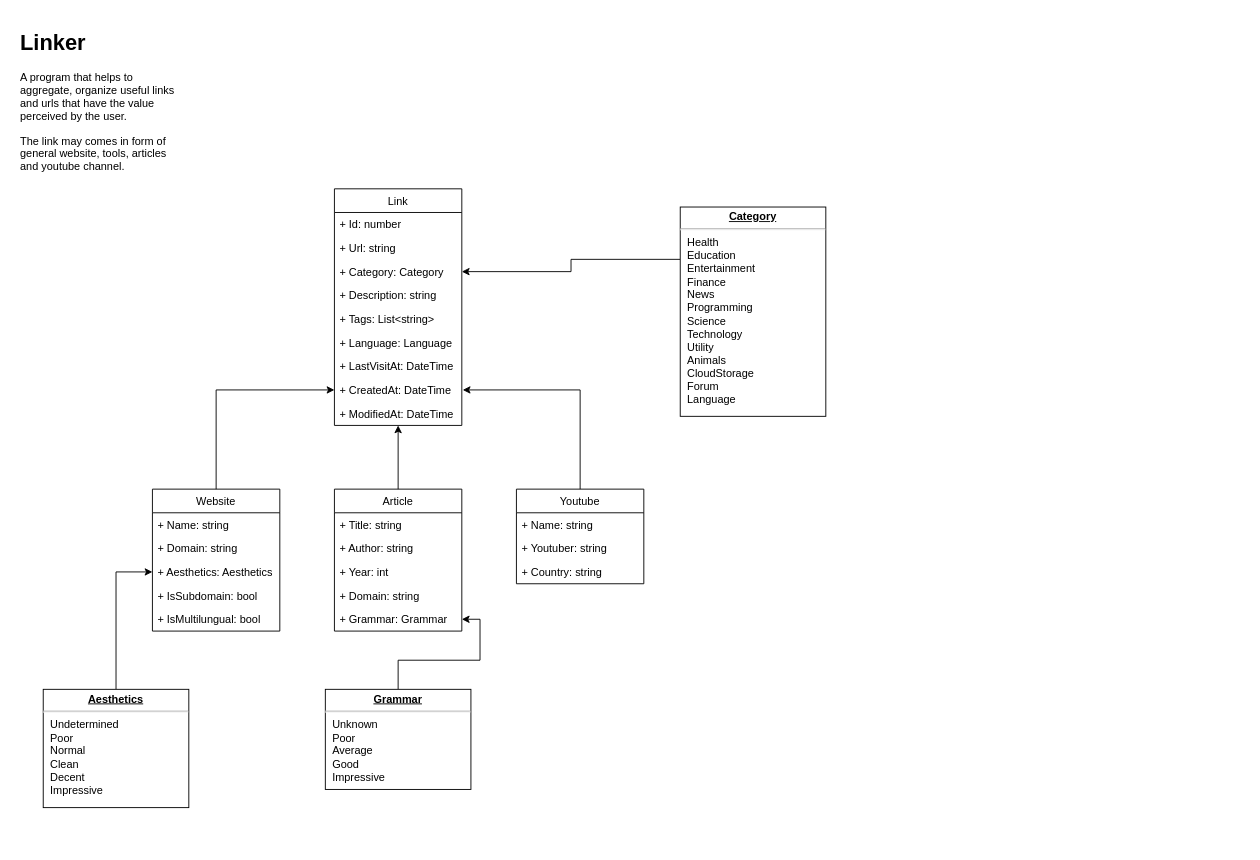
Before: page "Class Diagram" (1 of 2) of docs/Linker.drawio in data-miner00/Linker, a draw.io diagram. Source tidied: cells renumbered, new cells numbered last; positions are measured from the earlier drawing's top-left corner, leaving out a move shared by most shapes. Both pictures are drawn from the tidied source at 91%, with x=0, y=0 at pixel (15, 25).
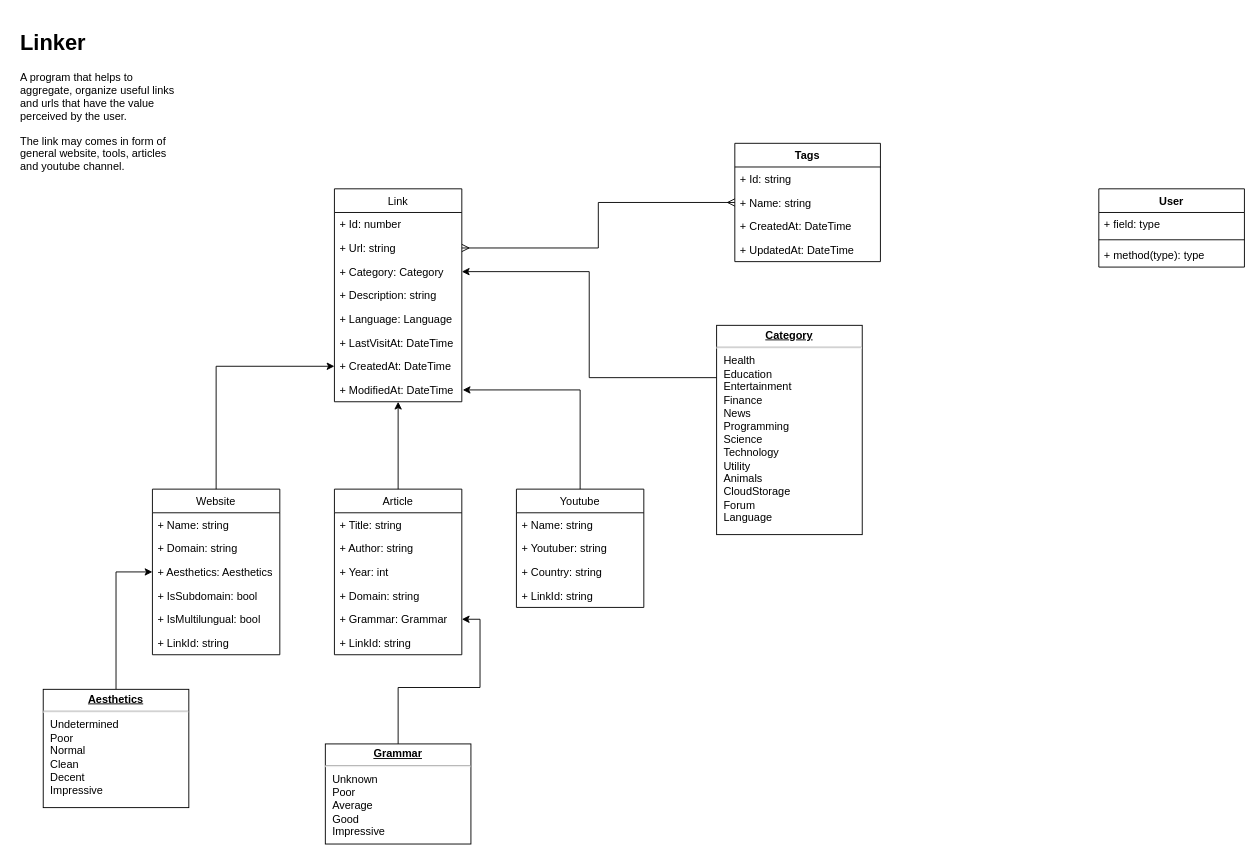
Above is the later version.

The change refers to these unchanged cells:
```xml
<mxCell id="4" value="+ Url: string" style="text;strokeColor=none;fillColor=none;align=left;verticalAlign=top;spacingLeft=4;spacingRight=4;overflow=hidden;points=[[0,0.5],[1,0.5]];portConstraint=eastwest;" parent="2" vertex="1">
  <mxGeometry y="52" width="140" height="26" as="geometry" />
</mxCell>
```

The edit, as a diff of the source:
```diff
@@
     <mxCell id="2" value="Link" style="swimlane;fontStyle=0;horizontal=1;startSize=26;fillColor=none;" parent="1" vertex="1">
-      <mxGeometry x="350" y="180" width="140" height="260" as="geometry" />
+      <mxGeometry x="350" y="180" width="140" height="234" as="geometry" />
     </mxCell>
@@
-    <mxCell id="7" value="+ Tags: List&lt;string&gt;" style="text;strokeColor=none;fillColor=none;align=left;verticalAlign=top;spacingLeft=4;spacingRight=4;overflow=hidden;" parent="2" vertex="1">
-      <mxGeometry y="130" width="140" height="26" as="geometry" />
-    </mxCell>
     <mxCell id="8" value="+ Language: Language" style="text;strokeColor=none;fillColor=none;align=left;verticalAlign=top;spacingLeft=4;spacingRight=4;overflow=hidden;" parent="2" vertex="1">
-      <mxGeometry y="156" width="140" height="26" as="geometry" />
+      <mxGeometry y="130" width="140" height="26" as="geometry" />
     </mxCell>
     <mxCell id="9" value="+ LastVisitAt: DateTime" style="text;strokeColor=none;fillColor=none;align=left;verticalAlign=top;spacingLeft=4;spacingRight=4;overflow=hidden;" parent="2" vertex="1">
-      <mxGeometry y="182" width="140" height="26" as="geometry" />
+      <mxGeometry y="156" width="140" height="26" as="geometry" />
     </mxCell>
     <mxCell id="10" value="+ CreatedAt: DateTime" style="text;strokeColor=none;fillColor=none;align=left;verticalAlign=top;spacingLeft=4;spacingRight=4;overflow=hidden;points=[[0,0.5],[1,0.5]];portConstraint=eastwest;" parent="2" vertex="1">
-      <mxGeometry y="208" width="140" height="26" as="geometry" />
+      <mxGeometry y="182" width="140" height="26" as="geometry" />
     </mxCell>
     <mxCell id="11" value="+ ModifiedAt: DateTime" style="text;strokeColor=none;fillColor=none;align=left;verticalAlign=top;spacingLeft=4;spacingRight=4;overflow=hidden;points=[[0,0.5],[1,0.5]];portConstraint=eastwest;" parent="2" vertex="1">
-      <mxGeometry y="234" width="140" height="26" as="geometry" />
+      <mxGeometry y="208" width="140" height="26" as="geometry" />
     </mxCell>
@@
     <mxCell id="13" value="&lt;p style=&quot;margin:0px;margin-top:4px;text-align:center;text-decoration:underline;&quot;&gt;&lt;b&gt;Category&lt;/b&gt;&lt;/p&gt;&lt;hr&gt;&lt;p style=&quot;margin:0px;margin-left:8px;&quot;&gt;Health&lt;/p&gt;&lt;p style=&quot;margin:0px;margin-left:8px;&quot;&gt;Education&lt;/p&gt;&lt;p style=&quot;margin:0px;margin-left:8px;&quot;&gt;Entertainment&lt;/p&gt;&lt;p style=&quot;margin:0px;margin-left:8px;&quot;&gt;Finance&lt;/p&gt;&lt;p style=&quot;margin:0px;margin-left:8px;&quot;&gt;News&lt;/p&gt;&lt;p style=&quot;margin:0px;margin-left:8px;&quot;&gt;Programming&lt;/p&gt;&lt;p style=&quot;margin:0px;margin-left:8px;&quot;&gt;Science&lt;/p&gt;&lt;p style=&quot;margin:0px;margin-left:8px;&quot;&gt;Technology&lt;/p&gt;&lt;p style=&quot;margin:0px;margin-left:8px;&quot;&gt;Utility&lt;/p&gt;&lt;p style=&quot;margin:0px;margin-left:8px;&quot;&gt;Animals&lt;/p&gt;&lt;p style=&quot;margin:0px;margin-left:8px;&quot;&gt;CloudStorage&lt;/p&gt;&lt;p style=&quot;margin:0px;margin-left:8px;&quot;&gt;Forum&lt;/p&gt;&lt;p style=&quot;margin:0px;margin-left:8px;&quot;&gt;Language&lt;/p&gt;" style="verticalAlign=top;align=left;overflow=fill;fontSize=12;fontFamily=Helvetica;html=1;" parent="1" vertex="1">
-      <mxGeometry x="730" y="200" width="160" height="230" as="geometry" />
+      <mxGeometry x="770" y="330" width="160" height="230" as="geometry" />
     </mxCell>
@@
     <mxCell id="15" value="Website" style="swimlane;fontStyle=0;horizontal=1;startSize=26;fillColor=none;" parent="1" vertex="1">
-      <mxGeometry x="150" y="510" width="140" height="156" as="geometry" />
+      <mxGeometry x="150" y="510" width="140" height="182" as="geometry" />
     </mxCell>
@@
+    <mxCell id="38" value="+ LinkId: string" style="text;strokeColor=none;fillColor=none;align=left;verticalAlign=top;spacingLeft=4;spacingRight=4;overflow=hidden;" parent="15" vertex="1">
+      <mxGeometry y="156" width="140" height="26" as="geometry" />
+    </mxCell>
@@
     <mxCell id="25" value="Article" style="swimlane;fontStyle=0;horizontal=1;startSize=26;fillColor=none;" parent="1" vertex="1">
-      <mxGeometry x="350" y="510" width="140" height="156" as="geometry" />
+      <mxGeometry x="350" y="510" width="140" height="182" as="geometry" />
     </mxCell>
@@
+    <mxCell id="39" value="+ LinkId: string" style="text;strokeColor=none;fillColor=none;align=left;verticalAlign=top;spacingLeft=4;spacingRight=4;overflow=hidden;" parent="25" vertex="1">
+      <mxGeometry y="156" width="140" height="26" as="geometry" />
+    </mxCell>
@@
     <mxCell id="32" value="&lt;p style=&quot;margin:0px;margin-top:4px;text-align:center;text-decoration:underline;&quot;&gt;&lt;b&gt;Grammar&lt;/b&gt;&lt;/p&gt;&lt;hr&gt;&lt;p style=&quot;margin:0px;margin-left:8px;&quot;&gt;Unknown&lt;/p&gt;&lt;p style=&quot;margin:0px;margin-left:8px;&quot;&gt;Poor&lt;/p&gt;&lt;p style=&quot;margin:0px;margin-left:8px;&quot;&gt;Average&lt;/p&gt;&lt;p style=&quot;margin:0px;margin-left:8px;&quot;&gt;Good&lt;/p&gt;&lt;p style=&quot;margin:0px;margin-left:8px;&quot;&gt;Impressive&lt;/p&gt;" style="verticalAlign=top;align=left;overflow=fill;fontSize=12;fontFamily=Helvetica;html=1;" parent="1" vertex="1">
-      <mxGeometry x="340" y="730" width="160" height="110" as="geometry" />
+      <mxGeometry x="340" y="790" width="160" height="110" as="geometry" />
     </mxCell>
@@
     <mxCell id="34" value="Youtube" style="swimlane;fontStyle=0;horizontal=1;startSize=26;fillColor=none;" parent="1" vertex="1">
-      <mxGeometry x="550" y="510" width="140" height="104" as="geometry" />
+      <mxGeometry x="550" y="510" width="140" height="130" as="geometry" />
     </mxCell>
@@
+    <mxCell id="40" value="+ LinkId: string" style="text;strokeColor=none;fillColor=none;align=left;verticalAlign=top;spacingLeft=4;spacingRight=4;overflow=hidden;" parent="34" vertex="1">
+      <mxGeometry y="104" width="140" height="26" as="geometry" />
+    </mxCell>
+    <mxCell id="41" value="User" style="swimlane;fontStyle=1;align=center;verticalAlign=top;horizontal=1;startSize=26;" parent="1" vertex="1">
+      <mxGeometry x="1190" y="180" width="160" height="86" as="geometry" />
+    </mxCell>
+    <mxCell id="42" value="+ field: type" style="text;strokeColor=none;fillColor=none;align=left;verticalAlign=top;spacingLeft=4;spacingRight=4;overflow=hidden;" parent="41" vertex="1">
+      <mxGeometry y="26" width="160" height="26" as="geometry" />
+    </mxCell>
+    <mxCell id="43" style="line;strokeWidth=1;fillColor=none;align=left;verticalAlign=middle;spacingTop=-1;spacingLeft=3;spacingRight=3;labelPosition=right;strokeColor=inherit;" parent="41" vertex="1">
+      <mxGeometry y="52" width="160" height="8" as="geometry" />
+    </mxCell>
+    <mxCell id="44" value="+ method(type): type" style="text;strokeColor=none;fillColor=none;align=left;verticalAlign=top;spacingLeft=4;spacingRight=4;overflow=hidden;" parent="41" vertex="1">
+      <mxGeometry y="60" width="160" height="26" as="geometry" />
+    </mxCell>
+    <mxCell id="45" value="Tags" style="swimlane;fontStyle=1;align=center;verticalAlign=top;horizontal=1;startSize=26;" parent="1" vertex="1">
+      <mxGeometry x="790" y="130" width="160" height="130" as="geometry" />
+    </mxCell>
+    <mxCell id="46" value="+ Id: string" style="text;strokeColor=none;fillColor=none;align=left;verticalAlign=top;spacingLeft=4;spacingRight=4;overflow=hidden;" parent="45" vertex="1">
+      <mxGeometry y="26" width="160" height="26" as="geometry" />
+    </mxCell>
+    <mxCell id="47" value="+ Name: string" style="text;strokeColor=none;fillColor=none;align=left;verticalAlign=top;spacingLeft=4;spacingRight=4;overflow=hidden;points=[[0,0.5],[1,0.5]];portConstraint=eastwest;" parent="45" vertex="1">
+      <mxGeometry y="52" width="160" height="26" as="geometry" />
+    </mxCell>
+    <mxCell id="48" value="+ CreatedAt: DateTime" style="text;strokeColor=none;fillColor=none;align=left;verticalAlign=top;spacingLeft=4;spacingRight=4;overflow=hidden;" parent="45" vertex="1">
+      <mxGeometry y="78" width="160" height="26" as="geometry" />
+    </mxCell>
+    <mxCell id="49" value="+ UpdatedAt: DateTime" style="text;strokeColor=none;fillColor=none;align=left;verticalAlign=top;spacingLeft=4;spacingRight=4;overflow=hidden;" parent="45" vertex="1">
+      <mxGeometry y="104" width="160" height="26" as="geometry" />
+    </mxCell>
+    <mxCell id="50" style="edgeStyle=orthogonalEdgeStyle;rounded=0;jettySize=auto;html=1;startArrow=ERmany;startFill=0;endArrow=ERmany;endFill=0;" parent="1" edge="1" source="47" target="4">
+      <mxGeometry relative="1" as="geometry" />
+    </mxCell>
```
